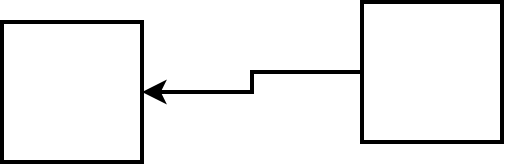
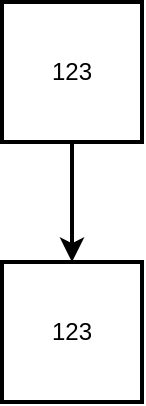
<mxfile host="app.diagrams.net">
  <diagram name="第 1 页" id="Yti-Vf0LdMxYGFXkHzjN">
    <mxGraphModel dx="2054" dy="1111" grid="1" gridSize="10" guides="1" tooltips="1" connect="1" arrows="1" fold="1" page="1" pageScale="1" pageWidth="827" pageHeight="1169" math="0" shadow="0">
      <root>
        <mxCell id="0" />
        <mxCell id="1" parent="0" />
-         <mxCell id="pfpE0H84b2UMcTAPMYkX-1" parent="1" style="whiteSpace=wrap;html=1;aspect=fixed;strokeWidth=2;" value="" vertex="1">
+         <mxCell id="pfpE0H84b2UMcTAPMYkX-1" parent="1" style="whiteSpace=wrap;html=1;aspect=fixed;strokeWidth=2;" value="123" vertex="1">
          <mxGeometry height="70" width="70" x="270" y="390" as="geometry" />
        </mxCell>
        <mxCell id="pfpE0H84b2UMcTAPMYkX-3" edge="1" parent="1" source="pfpE0H84b2UMcTAPMYkX-2" style="edgeStyle=orthogonalEdgeStyle;rounded=0;orthogonalLoop=1;jettySize=auto;html=1;strokeWidth=2;" target="pfpE0H84b2UMcTAPMYkX-1">
          <mxGeometry relative="1" as="geometry">
            <mxPoint x="340" y="255" as="targetPoint" />
          </mxGeometry>
        </mxCell>
-         <mxCell id="pfpE0H84b2UMcTAPMYkX-2" parent="1" style="whiteSpace=wrap;html=1;aspect=fixed;strokeWidth=2;" value="" vertex="1">
-           <mxGeometry height="70" width="70" x="450" y="380" as="geometry" />
+         <mxCell id="pfpE0H84b2UMcTAPMYkX-2" parent="1" style="whiteSpace=wrap;html=1;aspect=fixed;strokeWidth=2;" value="123" vertex="1">
+           <mxGeometry height="70" width="70" x="270" y="260" as="geometry" />
        </mxCell>
      </root>
    </mxGraphModel>
  </diagram>
</mxfile>
